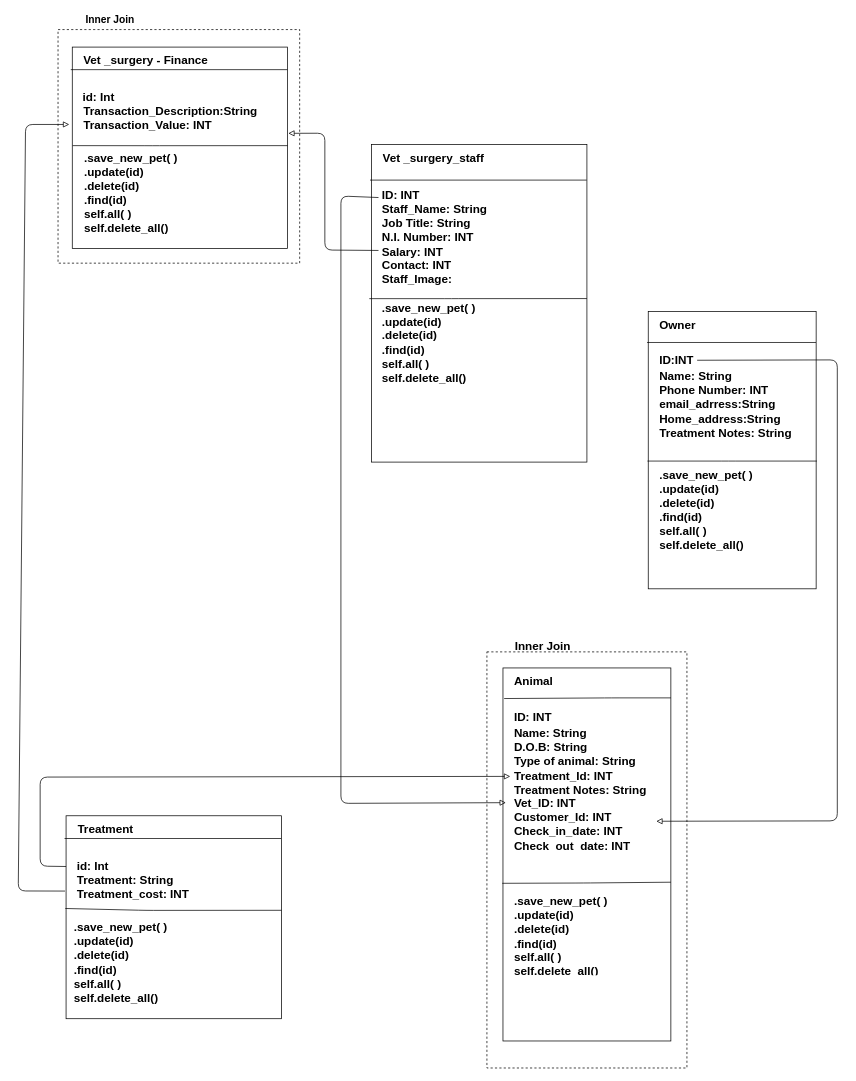
Above: classdiagram.drawio in brad90/Week4_Project_Vet_Surgery (draw.io), before the change. Source tidied: cells renumbered, new cells numbered last; positions are measured from the earlier drawing's top-left corner, leaving out a move shared by most shapes. Both pictures are drawn from the tidied source at 73%, with x=0, y=0 at pixel (18, 12).
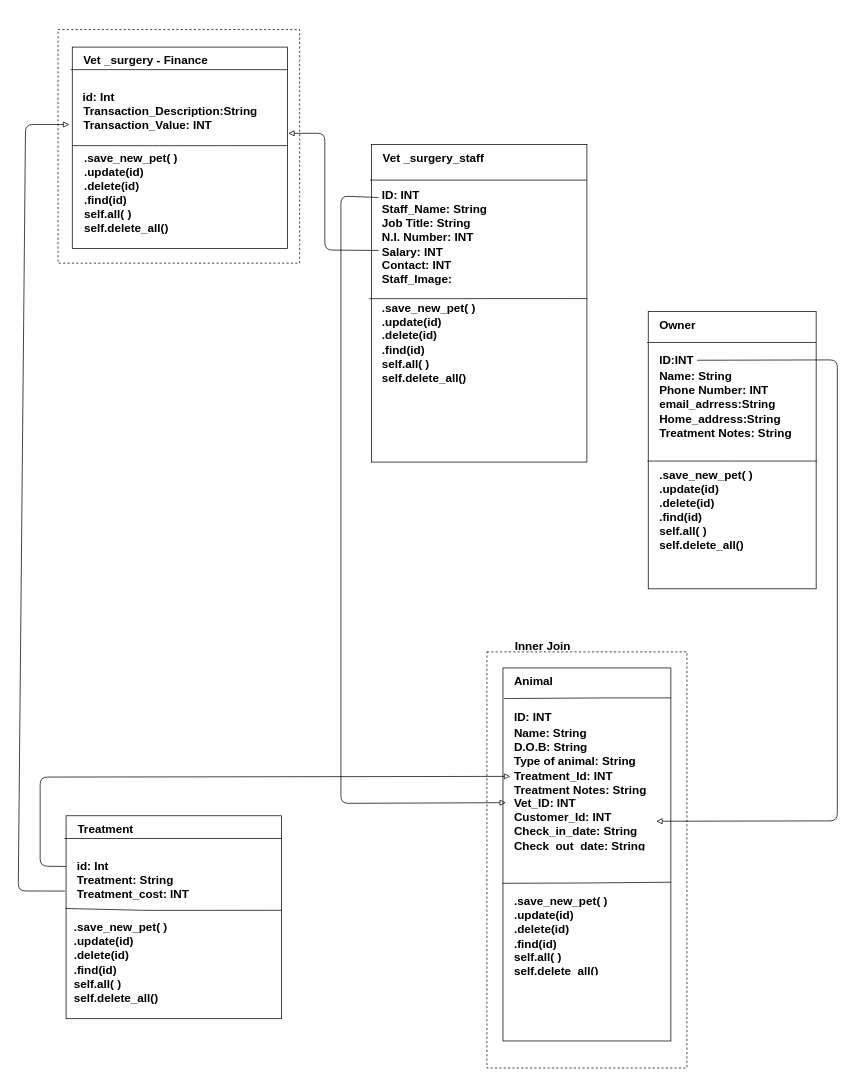
Above is the later version.

The edit, as a diff of the source:
```diff
@@
-    <mxCell id="6" value="&lt;font size=&quot;3&quot;&gt;&lt;b&gt;Name: String&lt;br&gt;D.O.B: String&amp;nbsp;&lt;br&gt;Type of animal: String&lt;br&gt;Treatment_Id: INT&amp;nbsp;&lt;br&gt;Treatment Notes: String&lt;br&gt;Vet_ID: INT&lt;br&gt;Customer_Id: INT&lt;br&gt;Check_in_date: INT&amp;nbsp;&lt;br&gt;Check_out_date: INT&lt;br&gt;&lt;br&gt;&lt;/b&gt;&lt;/font&gt;" style="text;html=1;strokeColor=none;fillColor=none;spacing=5;spacingTop=-20;whiteSpace=wrap;overflow=hidden;rounded=0;fontSize=12;" parent="1" vertex="1">
+    <mxCell id="6" value="&lt;font size=&quot;3&quot;&gt;&lt;b&gt;Name: String&lt;br&gt;D.O.B: String&amp;nbsp;&lt;br&gt;Type of animal: String&lt;br&gt;Treatment_Id: INT&amp;nbsp;&lt;br&gt;Treatment Notes: String&lt;br&gt;Vet_ID: INT&lt;br&gt;Customer_Id: INT&lt;br&gt;Check_in_date: String&lt;br&gt;Check_out_date: String&lt;br&gt;&lt;br&gt;&lt;/b&gt;&lt;/font&gt;" style="text;html=1;strokeColor=none;fillColor=none;spacing=5;spacingTop=-20;whiteSpace=wrap;overflow=hidden;rounded=0;fontSize=12;" parent="1" vertex="1">
       <mxGeometry x="673.5" y="987.5" width="200" height="160" as="geometry" />
     </mxCell>
@@
-    <mxCell id="45" value="&lt;span style=&quot;font-size: 14px;&quot;&gt;Inner Join&lt;/span&gt;" style="text;html=1;strokeColor=none;fillColor=none;align=center;verticalAlign=middle;whiteSpace=wrap;rounded=0;fontSize=14;fontStyle=1;" parent="1" vertex="1">
-      <mxGeometry x="56" width="139" height="20" as="geometry" />
-    </mxCell>
```
